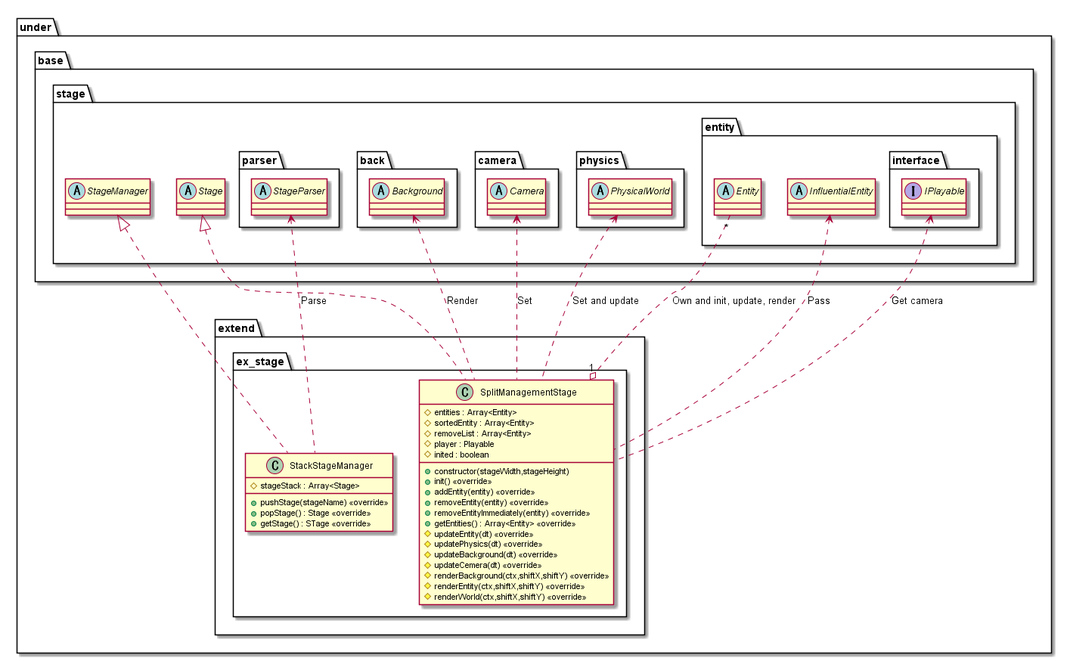
Expine/Under keeps this PlantUML diagram as out/uml/stage/Extend/StageExtend.png. Above is the earlier version.
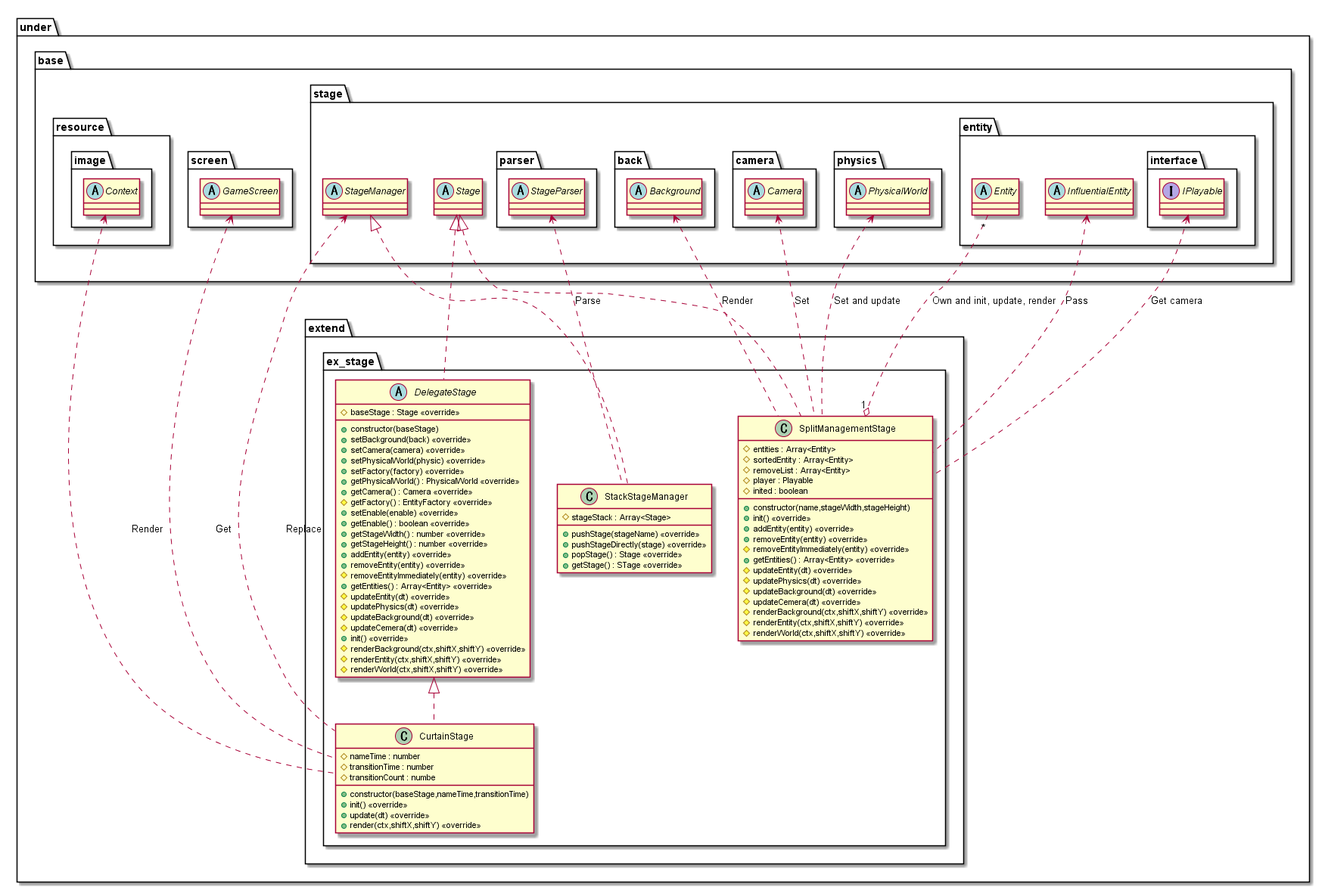
Later version of the same file.

What changed in the source:
```diff
@@ -5,11 +5,12 @@
             class StackStageManager {
                 #stageStack : Array<Stage>
                 +pushStage(stageName) <<override>>
+                +pushStageDirectly(stage) <<override>>
                 +popStage() : Stage <<override>>
                 +getStage() : STage <<override>>
             }
             class SplitManagementStage {
-                +constructor(stageWidth,stageHeight)
+                +constructor(name,stageWidth,stageHeight)
                 #entities : Array<Entity>
                 #sortedEntity : Array<Entity>
                 #removeList : Array<Entity>
@@ -18,7 +19,7 @@
                 +init() <<override>>
                 +addEntity(entity) <<override>>
                 +removeEntity(entity) <<override>>
-                +removeEntityImmediately(entity) <<override>>
+                #removeEntityImmediately(entity) <<override>>
                 +getEntities() : Array<Entity> <<override>>
                 #updateEntity(dt) <<override>>
                 #updatePhysics(dt) <<override>>
@@ -28,12 +29,56 @@
                 #renderEntity(ctx,shiftX,shiftY) <<override>>
                 #renderWorld(ctx,shiftX,shiftY) <<override>>
             }
+            abstract DelegateStage {
+                +constructor(baseStage)
+                #baseStage : Stage <<override>>
+                +setBackground(back) <<override>>
+                +setCamera(camera) <<override>>
+                +setPhysicalWorld(physic) <<override>>
+                +setFactory(factory) <<override>>
+                +getPhysicalWorld() : PhysicalWorld <<override>>
+                +getCamera() : Camera <<override>>
+                #getFactory() : EntityFactory <<override>>
+                +setEnable(enable) <<override>>
+                +getEnable() : boolean <<override>>
+                +getStageWidth() : number <<override>>
+                +getStageHeight() : number <<override>>
+                +addEntity(entity) <<override>>
+                +removeEntity(entity) <<override>>
+                #removeEntityImmediately(entity) <<override>>
+                +getEntities() : Array<Entity> <<override>>
+                #updateEntity(dt) <<override>>
+                #updatePhysics(dt) <<override>>
+                #updateBackground(dt) <<override>>
+                #updateCemera(dt) <<override>>
+                +init() <<override>>
+                #renderBackground(ctx,shiftX,shiftY) <<override>>
+                #renderEntity(ctx,shiftX,shiftY) <<override>>
+                #renderWorld(ctx,shiftX,shiftY) <<override>>
+            }
+            class CurtainStage {
+                +constructor(baseStage,nameTime,transitionTime)
+                #nameTime : number
+                #transitionTime : number
+                #transitionCount : numbe
+                +init() <<override>>
+                +update(dt) <<override>>
+                +render(ctx,shiftX,shiftY) <<override>>
+            }
         }
     }
 }
 
 package under {
     package base {
+        package resource {
+            package image {
+                abstract Context
+            }
+        }
+        package screen {
+            abstract GameScreen
+        }
         package stage {
             abstract Stage
             abstract StageManager
@@ -68,7 +113,13 @@
 Background <.. SplitManagementStage : Render
 PhysicalWorld <.. SplitManagementStage : Set and update
 
+StageManager <.. CurtainStage : Replace
+GameScreen <.. CurtainStage : Get
+Context <.. CurtainStage : Render
+
 StageManager <|.. StackStageManager
 Stage <|.. SplitManagementStage
+Stage <|.. DelegateStage
+DelegateStage <|.. CurtainStage
 
 @enduml
```
